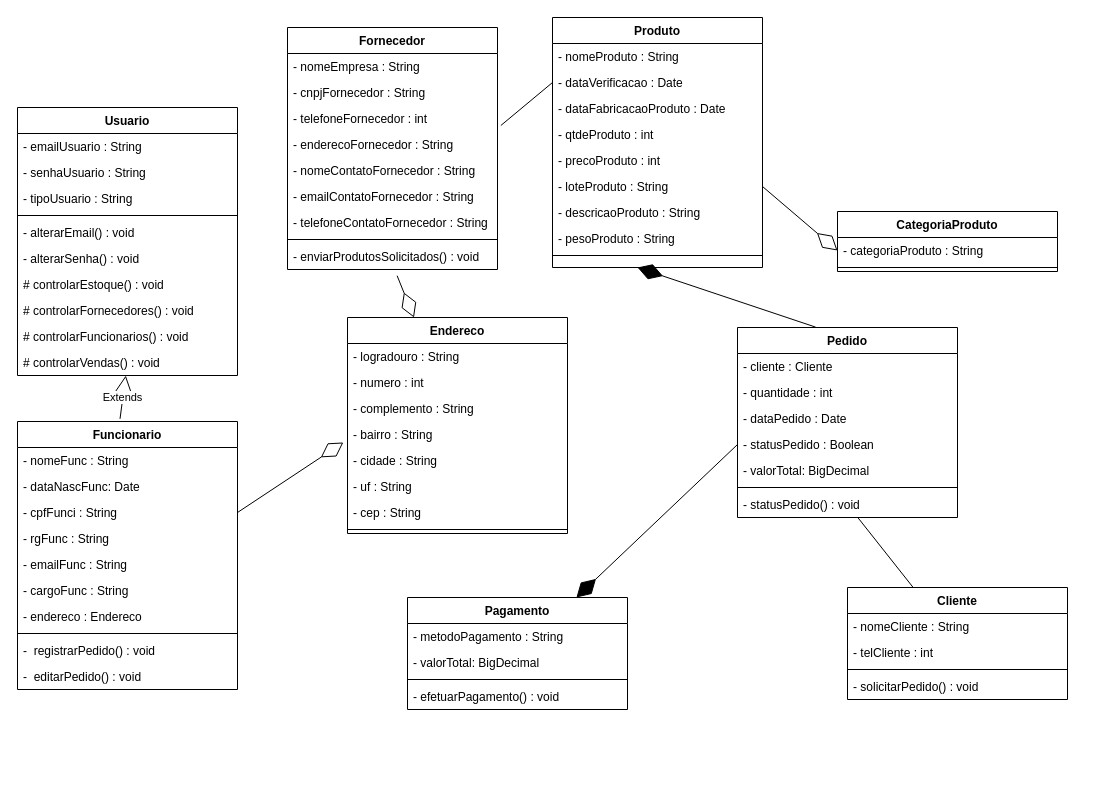
The draw.io diagram Diagrama-de-Classes-Iglu.drawio in grupovision22/projeto_iglu, before the edit. Source tidied: cells renumbered, new cells numbered last; positions are measured from the earlier drawing's top-left corner, leaving out a move shared by most shapes. Both pictures are drawn from the tidied source at 100%, with x=0, y=0 at pixel (17, 17).
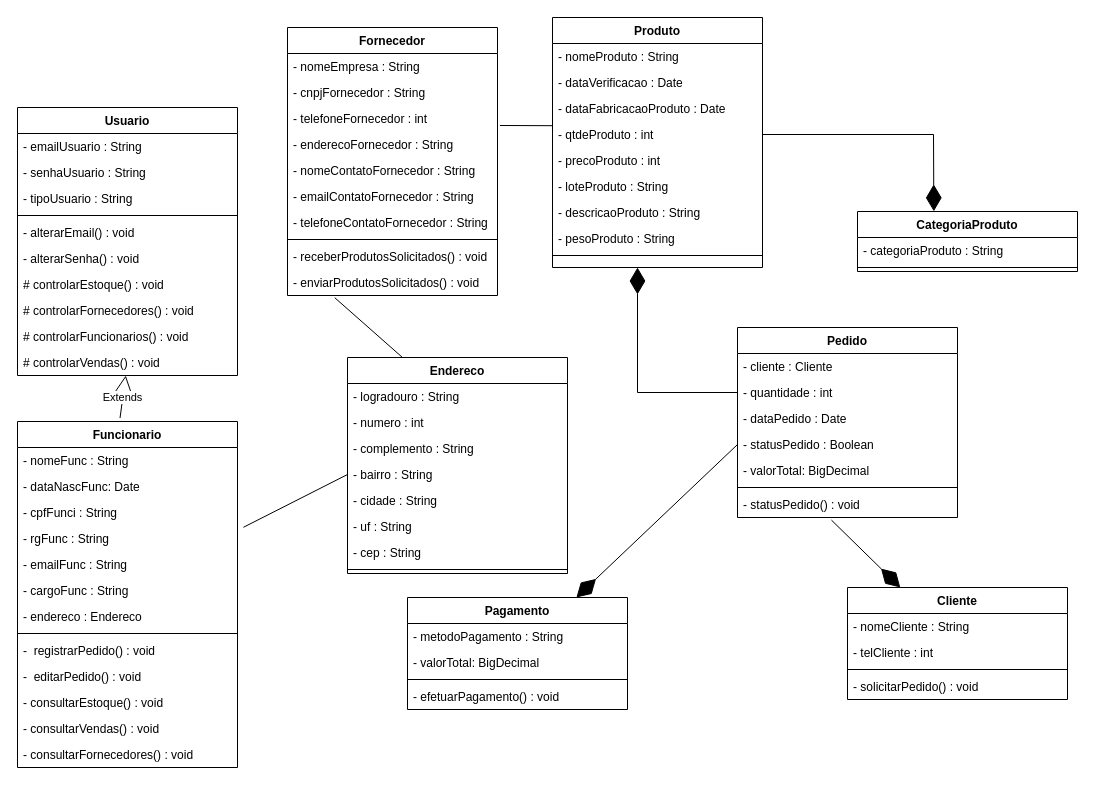
Above is the later version.

Commit message (it also covers changes not shown here):
Diagramas de Classes

The change refers to these unchanged cells:
```xml
<mxCell id="6" value="- enderecoFornecedor : String" style="text;align=left;verticalAlign=top;spacingLeft=4;spacingRight=4;overflow=hidden;points=[[0,0.5],[1,0.5]];portConstraint=eastwest;rounded=0;shadow=0;html=0;" parent="2" vertex="1">
  <mxGeometry y="104" width="210" height="26" as="geometry" />
</mxCell>
<mxCell id="14" value="- dataVerificacao : Date" style="text;align=left;verticalAlign=top;spacingLeft=4;spacingRight=4;overflow=hidden;points=[[0,0.5],[1,0.5]];portConstraint=eastwest;rounded=0;shadow=0;html=0;" parent="12" vertex="1">
  <mxGeometry y="52" width="210" height="26" as="geometry" />
</mxCell>
<mxCell id="16" value="- qtdeProduto : int" style="text;align=left;verticalAlign=top;spacingLeft=4;spacingRight=4;overflow=hidden;points=[[0,0.5],[1,0.5]];portConstraint=eastwest;rounded=0;shadow=0;html=0;" parent="12" vertex="1">
  <mxGeometry y="104" width="210" height="26" as="geometry" />
</mxCell>
<mxCell id="18" value="- loteProduto : String" style="text;align=left;verticalAlign=top;spacingLeft=4;spacingRight=4;overflow=hidden;points=[[0,0.5],[1,0.5]];portConstraint=eastwest;rounded=0;shadow=0;html=0;" parent="12" vertex="1">
  <mxGeometry y="156" width="210" height="26" as="geometry" />
</mxCell>
<mxCell id="23" value="- categoriaProduto : String" style="text;strokeColor=none;fillColor=none;align=left;verticalAlign=top;spacingLeft=4;spacingRight=4;overflow=hidden;points=[[0,0.5],[1,0.5]];portConstraint=eastwest;" parent="22" vertex="1">
  <mxGeometry y="26" width="220" height="26" as="geometry" />
</mxCell>
<mxCell id="39" value="- cpfFunci : String" style="text;strokeColor=none;fillColor=none;align=left;verticalAlign=top;spacingLeft=4;spacingRight=4;overflow=hidden;points=[[0,0.5],[1,0.5]];portConstraint=eastwest;" parent="36" vertex="1">
  <mxGeometry y="78" width="220" height="26" as="geometry" />
</mxCell>
<mxCell id="40" value="- rgFunc : String" style="text;strokeColor=none;fillColor=none;align=left;verticalAlign=top;spacingLeft=4;spacingRight=4;overflow=hidden;points=[[0,0.5],[1,0.5]];portConstraint=eastwest;" parent="36" vertex="1">
  <mxGeometry y="104" width="220" height="26" as="geometry" />
</mxCell>
<mxCell id="48" value="Pedido" style="swimlane;fontStyle=1;align=center;verticalAlign=top;horizontal=1;startSize=26;" parent="1" vertex="1">
  <mxGeometry x="720" y="310" width="220" height="190" as="geometry" />
</mxCell>
<mxCell id="50" value="- quantidade : int" style="text;strokeColor=none;fillColor=none;align=left;verticalAlign=top;spacingLeft=4;spacingRight=4;overflow=hidden;points=[[0,0.5],[1,0.5]];portConstraint=eastwest;" parent="48" vertex="1">
  <mxGeometry y="52" width="220" height="26" as="geometry" />
</mxCell>
<mxCell id="55" value="- statusPedido() : void" style="text;strokeColor=none;fillColor=none;align=left;verticalAlign=top;spacingLeft=4;spacingRight=4;overflow=hidden;points=[[0,0.5],[1,0.5]];portConstraint=eastwest;" parent="48" vertex="1">
  <mxGeometry y="164" width="220" height="26" as="geometry" />
</mxCell>
<mxCell id="56" value="Cliente" style="swimlane;fontStyle=1;align=center;verticalAlign=top;horizontal=1;startSize=26;" parent="1" vertex="1">
  <mxGeometry x="830" y="570" width="220" height="112" as="geometry" />
</mxCell>
<mxCell id="70" value="- bairro : String" style="text;strokeColor=none;fillColor=none;align=left;verticalAlign=top;spacingLeft=4;spacingRight=4;overflow=hidden;points=[[0,0.5],[1,0.5]];portConstraint=eastwest;" parent="66" vertex="1">
  <mxGeometry y="104" width="220" height="26" as="geometry" />
</mxCell>
```

Change to the diagram source:
```diff
@@
     <mxCell id="2" value="Fornecedor" style="swimlane;fontStyle=1;align=center;verticalAlign=top;horizontal=1;startSize=26;rounded=0;shadow=0;strokeWidth=1;" parent="1" vertex="1">
-      <mxGeometry x="270" y="10" width="210" height="242" as="geometry" />
+      <mxGeometry x="270" y="10" width="210" height="268" as="geometry" />
     </mxCell>
@@
-    <mxCell id="11" value="- enviarProdutosSolicitados() : void" style="text;strokeColor=none;fillColor=none;align=left;verticalAlign=top;spacingLeft=4;spacingRight=4;overflow=hidden;points=[[0,0.5],[1,0.5]];portConstraint=eastwest;" parent="2" vertex="1">
+    <mxCell id="11" value="- receberProdutosSolicitados() : void" style="text;strokeColor=none;fillColor=none;align=left;verticalAlign=top;spacingLeft=4;spacingRight=4;overflow=hidden;points=[[0,0.5],[1,0.5]];portConstraint=eastwest;" parent="2" vertex="1">
       <mxGeometry y="216" width="210" height="26" as="geometry" />
     </mxCell>
+    <mxCell id="82" value="- enviarProdutosSolicitados() : void" style="text;strokeColor=none;fillColor=none;align=left;verticalAlign=top;spacingLeft=4;spacingRight=4;overflow=hidden;points=[[0,0.5],[1,0.5]];portConstraint=eastwest;" parent="2" vertex="1">
+      <mxGeometry y="242" width="210" height="26" as="geometry" />
+    </mxCell>
@@
     <mxCell id="22" value="CategoriaProduto" style="swimlane;fontStyle=1;align=center;verticalAlign=top;horizontal=1;startSize=26;" parent="1" vertex="1">
-      <mxGeometry x="820" y="194" width="220" height="60" as="geometry" />
+      <mxGeometry x="840" y="194" width="220" height="60" as="geometry" />
     </mxCell>
@@
     <mxCell id="36" value="Funcionario" style="swimlane;fontStyle=1;align=center;verticalAlign=top;horizontal=1;startSize=26;" parent="1" vertex="1">
-      <mxGeometry y="404" width="220" height="268" as="geometry" />
+      <mxGeometry y="404" width="220" height="346" as="geometry" />
     </mxCell>
@@
+    <mxCell id="83" value="- consultarEstoque() : void" style="text;strokeColor=none;fillColor=none;align=left;verticalAlign=top;spacingLeft=4;spacingRight=4;overflow=hidden;" parent="36" vertex="1">
+      <mxGeometry y="268" width="220" height="26" as="geometry" />
+    </mxCell>
+    <mxCell id="84" value="- consultarVendas() : void" style="text;strokeColor=none;fillColor=none;align=left;verticalAlign=top;spacingLeft=4;spacingRight=4;overflow=hidden;" parent="36" vertex="1">
+      <mxGeometry y="294" width="220" height="26" as="geometry" />
+    </mxCell>
+    <mxCell id="85" value="- consultarFornecedores() : void" style="text;strokeColor=none;fillColor=none;align=left;verticalAlign=top;spacingLeft=4;spacingRight=4;overflow=hidden;" parent="36" vertex="1">
+      <mxGeometry y="320" width="220" height="26" as="geometry" />
+    </mxCell>
-    <mxCell id="47" style="endArrow=none;html=1;rounded=0;entryX=1.016;entryY=-0.231;entryDx=0;entryDy=0;entryPerimeter=0;exitX=0;exitY=0.5;exitDx=0;exitDy=0;" parent="1" edge="1" source="14" target="6">
-      <mxGeometry relative="1" as="geometry" />
+    <mxCell id="47" style="endArrow=none;html=1;rounded=0;entryX=1.016;entryY=-0.231;entryDx=0;entryDy=0;entryPerimeter=0;exitX=0.007;exitY=0.162;exitDx=0;exitDy=0;exitPerimeter=0;" parent="1" edge="1">
+      <mxGeometry relative="1" as="geometry">
+        <mxPoint x="535.5" y="108.2" as="sourcePoint" />
+        <mxPoint x="482.4" y="108" as="targetPoint" />
+      </mxGeometry>
     </mxCell>
@@
     <mxCell id="66" value="Endereco" style="swimlane;fontStyle=1;align=center;verticalAlign=top;horizontal=1;startSize=26;" parent="1" vertex="1">
-      <mxGeometry x="330" y="300" width="220" height="216" as="geometry" />
+      <mxGeometry x="330" y="340" width="220" height="216" as="geometry" />
     </mxCell>
@@
-    <mxCell id="75" style="endArrow=diamondThin;endFill=0;endSize=24;html=1;rounded=0;exitX=0.522;exitY=1.239;exitDx=0;exitDy=0;exitPerimeter=0;" parent="1" edge="1" source="11" target="66">
-      <mxGeometry relative="1" as="geometry" />
-    </mxCell>
-    <mxCell id="76" style="endArrow=diamondThin;endFill=0;endSize=24;html=1;rounded=0;entryX=-0.019;entryY=0.806;entryDx=0;entryDy=0;entryPerimeter=0;exitX=1;exitY=0.5;exitDx=0;exitDy=0;" parent="1" edge="1" source="39" target="70">
-      <mxGeometry relative="1" as="geometry" />
-    </mxCell>
@@
-    <mxCell id="79" style="endArrow=diamondThin;endFill=0;endSize=24;html=1;rounded=0;exitX=1;exitY=0.5;exitDx=0;exitDy=0;entryX=0;entryY=0.5;entryDx=0;entryDy=0;" parent="1" edge="1" source="18" target="23">
-      <mxGeometry relative="1" as="geometry" />
-    </mxCell>
+    <mxCell id="81" style="endArrow=diamondThin;endFill=1;endSize=24;html=1;rounded=0;exitX=0;exitY=0.5;exitDx=0;exitDy=0;" parent="1" edge="1" source="50">
+      <mxGeometry relative="1" as="geometry">
+        <mxPoint x="620" y="250" as="targetPoint" />
+        <Array as="points">
+          <mxPoint x="620" y="375" />
+        </Array>
+      </mxGeometry>
+    </mxCell>
+    <mxCell id="86" style="endArrow=none;html=1;rounded=0;exitX=0.25;exitY=0;exitDx=0;exitDy=0;entryX=0.225;entryY=1.085;entryDx=0;entryDy=0;entryPerimeter=0;" parent="1" edge="1" source="66" target="82">
+      <mxGeometry relative="1" as="geometry" />
+    </mxCell>
+    <mxCell id="87" style="endArrow=none;html=1;rounded=0;entryX=0;entryY=0.5;entryDx=0;entryDy=0;exitX=1.027;exitY=0.069;exitDx=0;exitDy=0;exitPerimeter=0;" parent="1" edge="1" source="40" target="70">
+      <mxGeometry relative="1" as="geometry" />
+    </mxCell>
-    <mxCell id="80" style="endArrow=none;html=1;rounded=0;" parent="1" edge="1" source="55" target="56">
+    <mxCell id="80" style="endArrow=diamondThin;endFill=1;endSize=24;html=1;rounded=0;exitX=0.427;exitY=1.1;exitDx=0;exitDy=0;exitPerimeter=0;" parent="1" edge="1" source="55" target="56">
       <mxGeometry relative="1" as="geometry" />
     </mxCell>
-    <mxCell id="81" style="endArrow=diamondThin;endFill=1;endSize=24;html=1;rounded=0;exitX=0.355;exitY=-0.002;exitDx=0;exitDy=0;exitPerimeter=0;" parent="1" edge="1" source="48">
-      <mxGeometry relative="1" as="geometry">
-        <mxPoint x="620" y="250" as="targetPoint" />
-      </mxGeometry>
-    </mxCell>
+    <mxCell id="88" style="endArrow=diamondThin;endFill=1;endSize=24;html=1;rounded=0;exitX=1;exitY=0.5;exitDx=0;exitDy=0;entryX=0.347;entryY=-0.003;entryDx=0;entryDy=0;entryPerimeter=0;" parent="1" edge="1" source="16" target="22">
+      <mxGeometry relative="1" as="geometry">
+        <Array as="points">
+          <mxPoint x="916" y="117" />
+        </Array>
+      </mxGeometry>
+    </mxCell>
```
